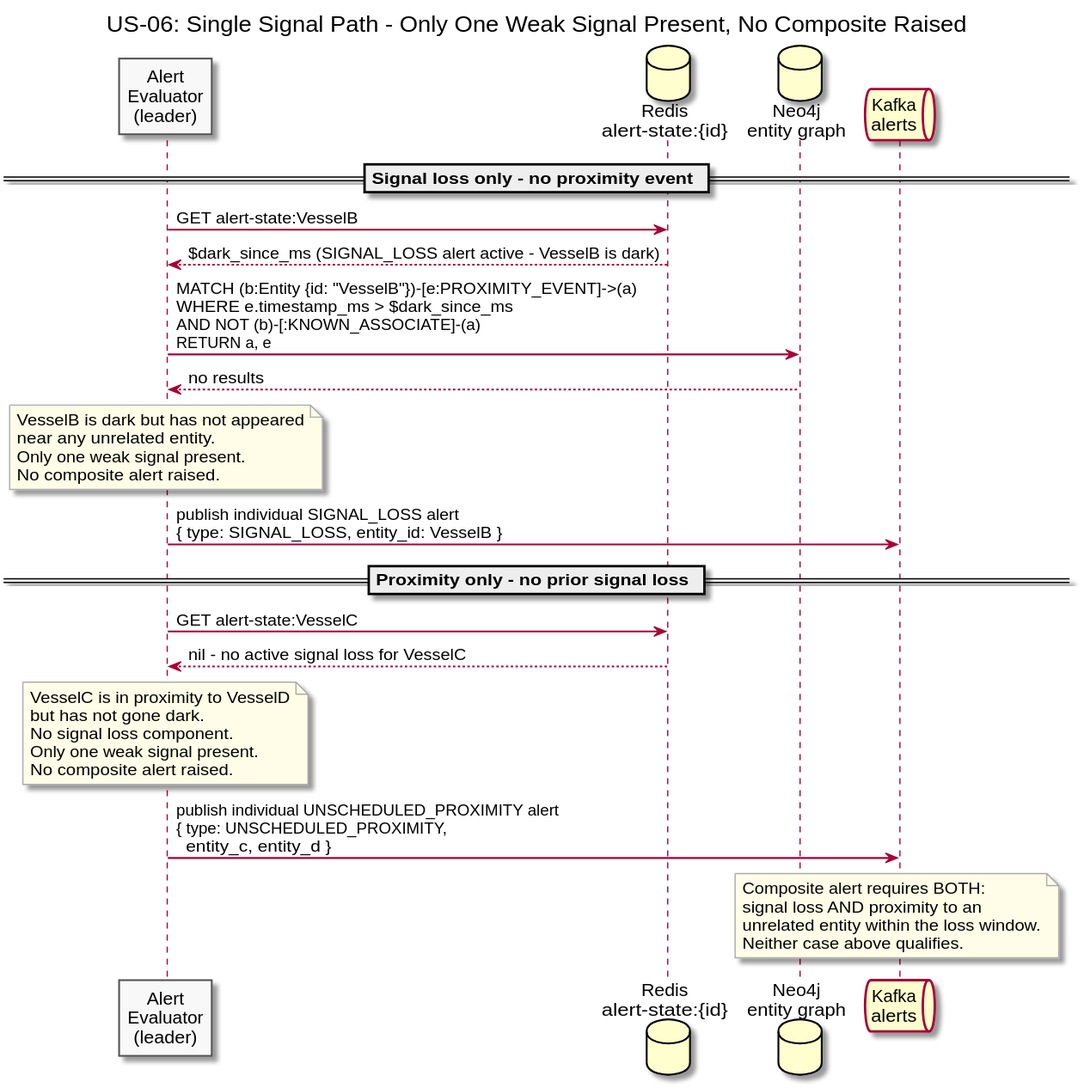
Before: diagrams/docs/use-cases/US-06-composite-alert/single-signal-path.svg, a diagram exported from PlantUML (Buffden/sentinel).
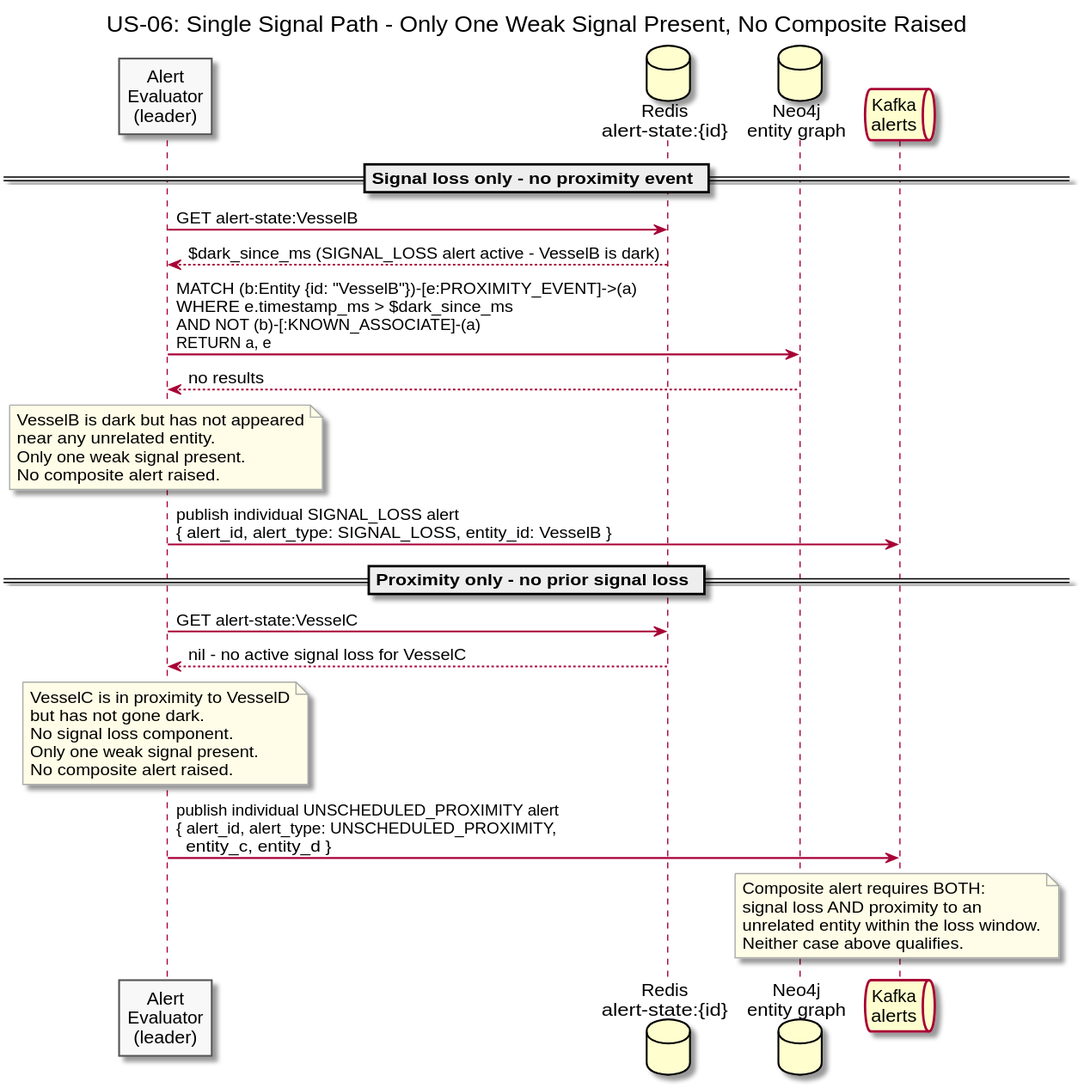
The same diagram one commit later.

What changed in the source:
```diff
@@ -27,7 +27,7 @@
   No composite alert raised.
 end note
 
-Evaluator -> Kafka : publish individual SIGNAL_LOSS alert\n{ type: SIGNAL_LOSS, entity_id: VesselB }
+Evaluator -> Kafka : publish individual SIGNAL_LOSS alert\n{ alert_id, alert_type: SIGNAL_LOSS, entity_id: VesselB }
 
 == Proximity only - no prior signal loss ==
 
@@ -42,7 +42,7 @@
   No composite alert raised.
 end note
 
-Evaluator -> Kafka : publish individual UNSCHEDULED_PROXIMITY alert\n{ type: UNSCHEDULED_PROXIMITY,\n  entity_c, entity_d }
+Evaluator -> Kafka : publish individual UNSCHEDULED_PROXIMITY alert\n{ alert_id, alert_type: UNSCHEDULED_PROXIMITY,\n  entity_c, entity_d }
 
 note over Kafka
   Composite alert requires BOTH:
```
